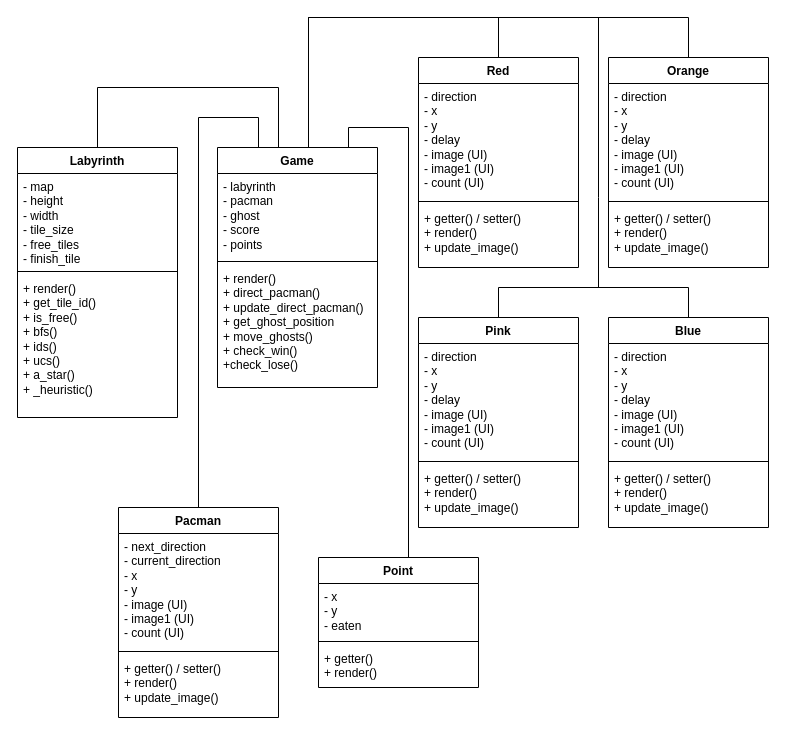
Earlier version of the draw.io diagram pacman.drawio (loki12ne/PACMAN-SEARCH-ALGORITHM). Source tidied: cells renumbered, new cells numbered last; positions are measured from the earlier drawing's top-left corner, leaving out a move shared by most shapes. Both pictures are drawn from the tidied source at 100%, with x=0, y=0 at pixel (17, 17).
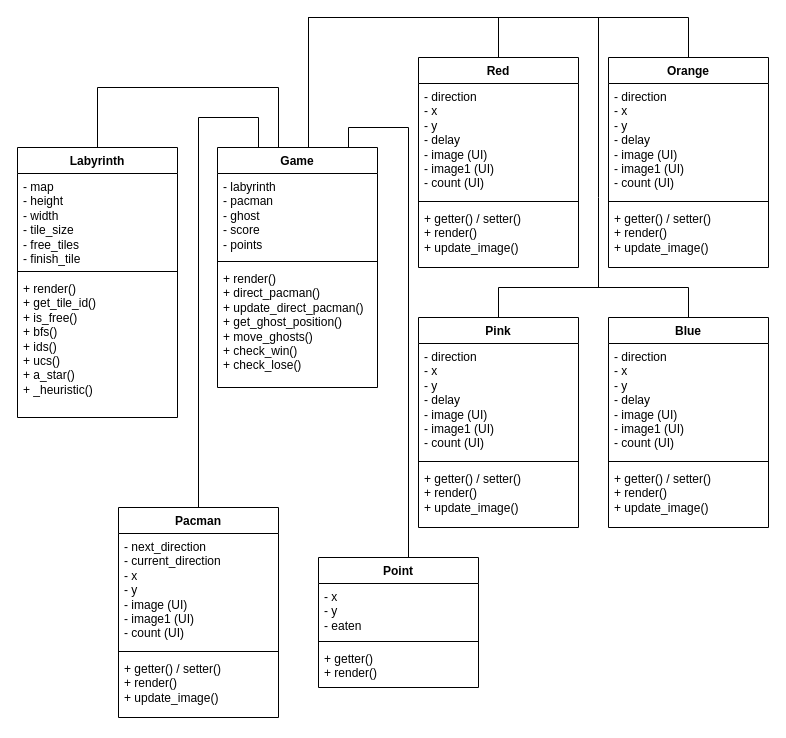
The same page after the edit.

Unchanged cells that the change refers to:
```xml
<mxCell id="2" value="Game" style="swimlane;fontStyle=1;align=center;verticalAlign=top;horizontal=1;startSize=26;whiteSpace=wrap;html=1;" parent="1" vertex="1">
  <mxGeometry x="200" y="130" width="160" height="240" as="geometry" />
</mxCell>
```

The edit, as a diff of the source:
```diff
@@
-    <mxCell id="5" value="+ render()&lt;div&gt;+ direct_pacman()&lt;/div&gt;&lt;div&gt;+ update_direct_pacman()&lt;/div&gt;&lt;div&gt;+ get_ghost_position&lt;/div&gt;&lt;div&gt;+ move_ghosts()&lt;/div&gt;&lt;div&gt;+ check_win()&lt;/div&gt;&lt;div&gt;+check_lose()&lt;/div&gt;" style="text;strokeColor=none;fillColor=none;align=left;verticalAlign=top;spacingLeft=4;spacingRight=4;overflow=hidden;whiteSpace=wrap;html=1;" parent="2" vertex="1">
+    <mxCell id="5" value="+ render()&lt;div&gt;+ direct_pacman()&lt;/div&gt;&lt;div&gt;+ update_direct_pacman()&lt;/div&gt;&lt;div&gt;+ get_ghost_position()&lt;/div&gt;&lt;div&gt;+ move_ghosts()&lt;/div&gt;&lt;div&gt;+ check_win()&lt;/div&gt;&lt;div&gt;+ check_lose()&lt;/div&gt;" style="text;strokeColor=none;fillColor=none;align=left;verticalAlign=top;spacingLeft=4;spacingRight=4;overflow=hidden;whiteSpace=wrap;html=1;" parent="2" vertex="1">
       <mxGeometry y="118" width="160" height="122" as="geometry" />
     </mxCell>
```
